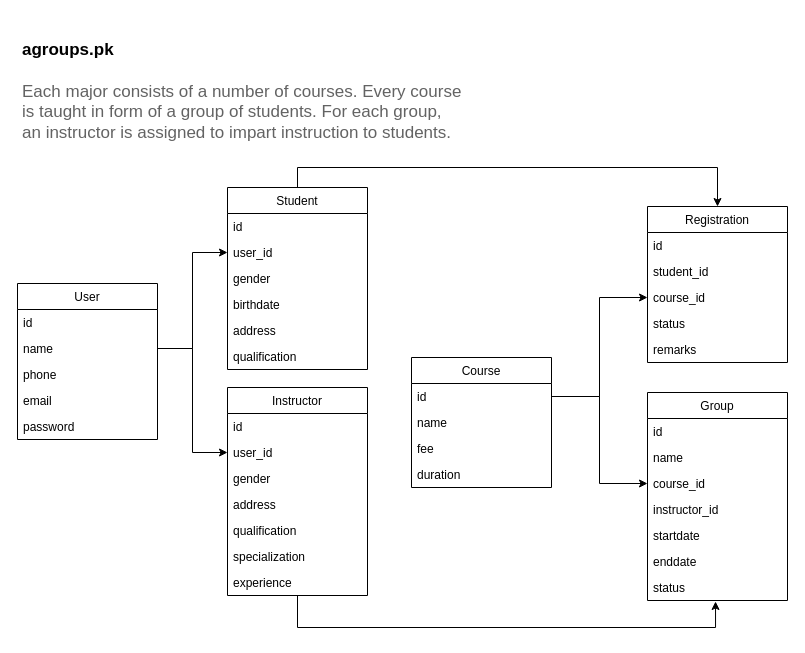
The draw.io diagram erd.drawio in abbas0506/agroups, before the edit. Source tidied: cells renumbered, new cells numbered last; positions are measured from the earlier drawing's top-left corner, leaving out a move shared by most shapes. Both pictures are drawn from the tidied source at 100%, with x=0, y=0 at pixel (17, 17).
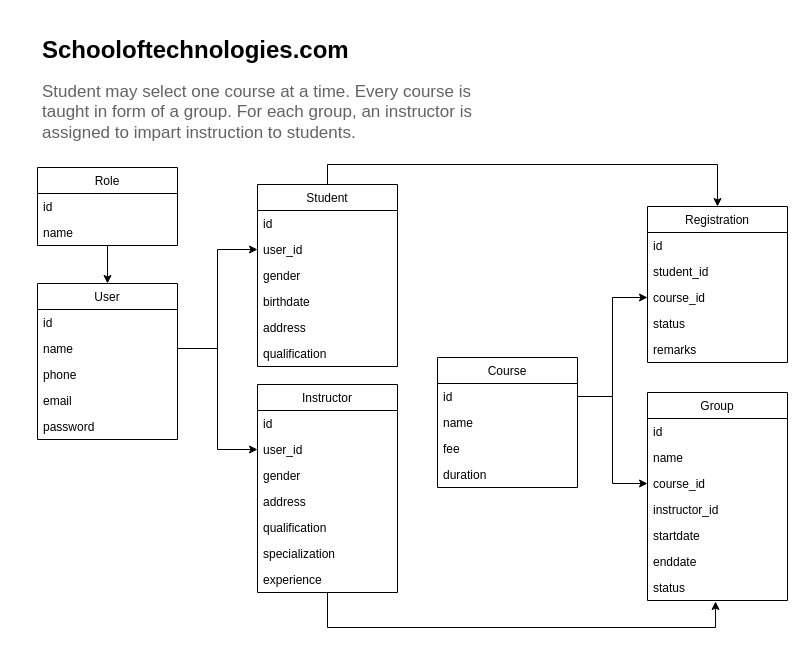
The same page after the edit.

What changed in the source:
```diff
@@
     <mxCell id="2" value="Student" style="swimlane;fontStyle=0;horizontal=1;startSize=26;fillColor=none;" parent="1" vertex="1">
-      <mxGeometry x="210" y="170" width="140" height="182" as="geometry" />
+      <mxGeometry x="240" y="167" width="140" height="182" as="geometry" />
     </mxCell>
@@
     <mxCell id="9" value="User" style="swimlane;fontStyle=0;horizontal=1;startSize=26;fillColor=none;" parent="1" vertex="1">
-      <mxGeometry y="266" width="140" height="156" as="geometry" />
+      <mxGeometry x="20" y="266" width="140" height="156" as="geometry" />
     </mxCell>
@@
     <mxCell id="15" value="Instructor" style="swimlane;fontStyle=0;horizontal=1;startSize=26;fillColor=none;" parent="1" vertex="1">
-      <mxGeometry x="210" y="370" width="140" height="208" as="geometry" />
+      <mxGeometry x="240" y="367" width="140" height="208" as="geometry" />
     </mxCell>
@@
     <mxCell id="23" value="Course" style="swimlane;fontStyle=0;horizontal=1;startSize=26;fillColor=none;" parent="1" vertex="1">
-      <mxGeometry x="394" y="340" width="140" height="130" as="geometry" />
+      <mxGeometry x="420" y="340" width="140" height="130" as="geometry" />
     </mxCell>
@@
-    <mxCell id="47" value="agroups.pk" style="text;align=left;fontStyle=1;verticalAlign=middle;spacingLeft=3;spacingRight=3;strokeColor=none;fontSize=17;" parent="1" vertex="1">
-      <mxGeometry width="140" height="60" as="geometry" />
+    <mxCell id="47" value="Schooloftechnologies.com" style="text;align=left;fontStyle=1;verticalAlign=middle;spacingLeft=3;spacingRight=3;strokeColor=none;fontSize=24;" parent="1" vertex="1">
+      <mxGeometry x="20" width="360" height="60" as="geometry" />
     </mxCell>
-    <mxCell id="48" value="Each major consists of a number of courses. Every course is taught in form of a group of students. For each group, an instructor is assigned to impart instruction to students." style="text;align=left;fontStyle=0;verticalAlign=middle;spacingLeft=3;spacingRight=3;strokeColor=none;fontSize=17;fontColor=#636363;whiteSpace=wrap;labelPosition=center;verticalLabelPosition=middle;" parent="1" vertex="1">
-      <mxGeometry y="50" width="450" height="90" as="geometry" />
+    <mxCell id="48" value="Student may select one course at a time. Every course is taught in form of a group. For each group, an instructor is assigned to impart instruction to students." style="text;align=left;fontStyle=0;verticalAlign=middle;spacingLeft=3;spacingRight=3;strokeColor=none;fontSize=17;fontColor=#636363;whiteSpace=wrap;labelPosition=center;verticalLabelPosition=middle;" parent="1" vertex="1">
+      <mxGeometry x="20" y="50" width="450" height="90" as="geometry" />
     </mxCell>
@@
+    <mxCell id="50" style="rounded=0;jettySize=auto;html=1;entryX=0.5;entryY=0;entryDx=0;entryDy=0;" parent="1" edge="1" source="51" target="9">
+      <mxGeometry relative="1" as="geometry" />
+    </mxCell>
+    <mxCell id="51" value="Role" style="swimlane;fontStyle=0;horizontal=1;startSize=26;fillColor=none;" parent="1" vertex="1">
+      <mxGeometry x="20" y="150" width="140" height="78" as="geometry" />
+    </mxCell>
+    <mxCell id="52" value="id" style="text;strokeColor=none;fillColor=none;align=left;verticalAlign=top;spacingLeft=4;spacingRight=4;overflow=hidden;" parent="51" vertex="1">
+      <mxGeometry y="26" width="140" height="26" as="geometry" />
+    </mxCell>
+    <mxCell id="53" value="name" style="text;strokeColor=none;fillColor=none;align=left;verticalAlign=top;spacingLeft=4;spacingRight=4;overflow=hidden;" parent="51" vertex="1">
+      <mxGeometry y="52" width="140" height="26" as="geometry" />
+    </mxCell>
```
